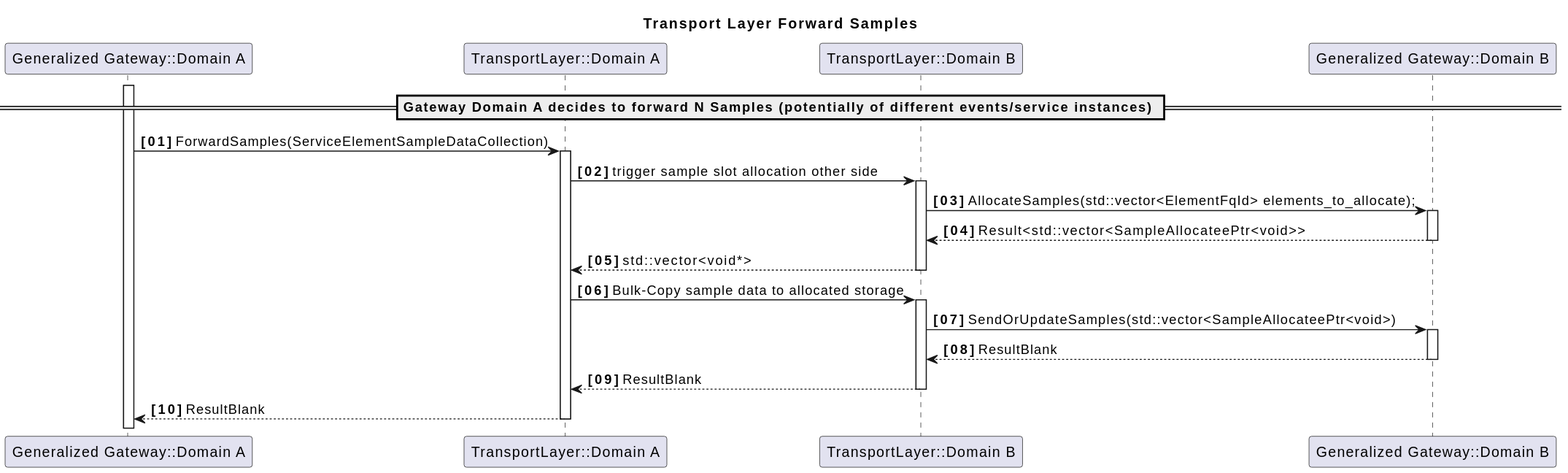
The PlantUML diagram score/mw/com/dependability/software_architectural_design/generalized_gateway/transport_layer/assets/transport_layer_forward_samples_sequence.svg in eclipse-score/communication, before a commit.
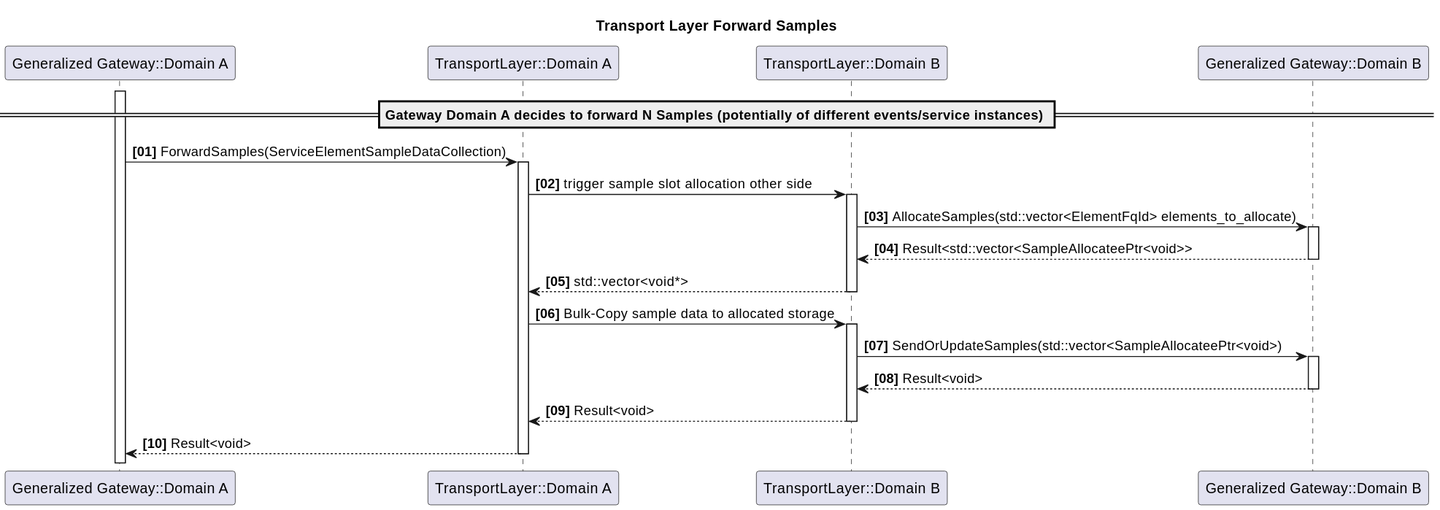
After the commit.

Commit message:
docs: update SVG files by transitioning Result<void> return labels

Change to the diagram source:
```diff
@@ -15,12 +15,12 @@
 GATEWAY -> TRANSPORT_LAYER : ForwardSamples(ServiceElementSampleDataCollection)
 activate TRANSPORT_LAYER
 TRANSPORT_LAYER -> TRANSPORT_LAYER_OTHER ++ : trigger sample slot allocation other side
-TRANSPORT_LAYER_OTHER -> GATEWAY_OTHER ++ : AllocateSamples(std::vector<ElementFqId> elements_to_allocate);
+TRANSPORT_LAYER_OTHER -> GATEWAY_OTHER ++ : AllocateSamples(std::vector<ElementFqId> elements_to_allocate)
 return Result<std::vector<SampleAllocateePtr<void>>
 return std::vector<void*>
 TRANSPORT_LAYER -> TRANSPORT_LAYER_OTHER ++ : Bulk-Copy sample data to allocated storage
 TRANSPORT_LAYER_OTHER -> GATEWAY_OTHER ++ : SendOrUpdateSamples(std::vector<SampleAllocateePtr<void>)
-return ResultBlank
-return ResultBlank
-return ResultBlank
+return Result<void>
+return Result<void>
+return Result<void>
 @enduml
```
